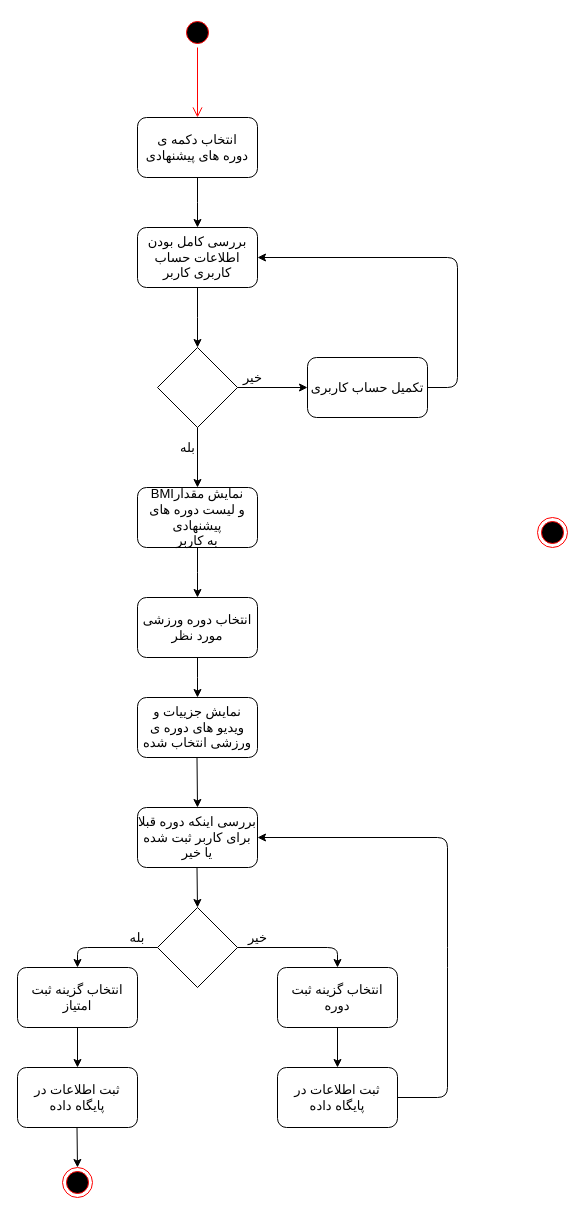
Earlier version of the draw.io diagram Docs./ActivityDiagram-Community.drawio (ShadiMe-flutter/Workout). Source tidied: cells renumbered, new cells numbered last; positions are measured from the earlier drawing's top-left corner, leaving out a move shared by most shapes. Both pictures are drawn from the tidied source at 100%, with x=0, y=0 at pixel (17, 17).
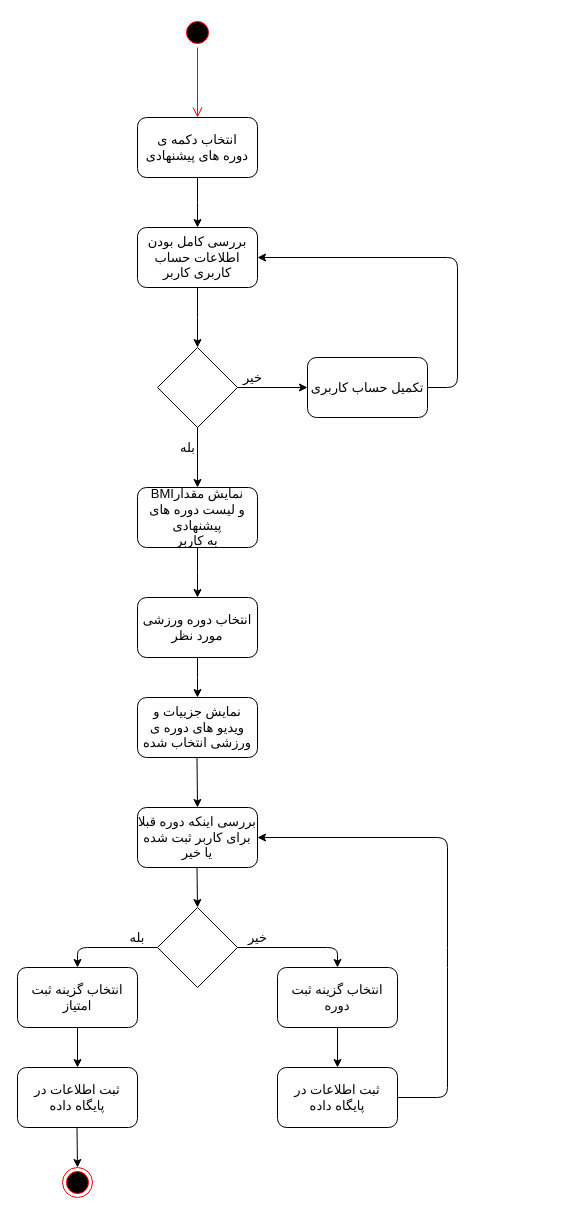
The same page after the edit.

Change to the diagram source:
```diff
@@
-    <mxCell id="11" style="ellipse;html=1;shape=endState;fillColor=#000000;strokeColor=#ff0000;" parent="1" vertex="1">
-      <mxGeometry x="520" y="500" width="30" height="30" as="geometry" />
-    </mxCell>
```
